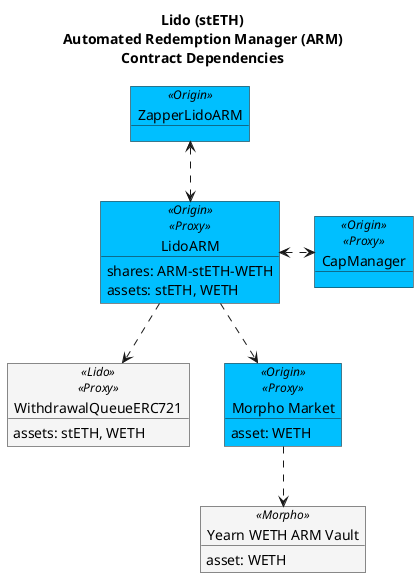
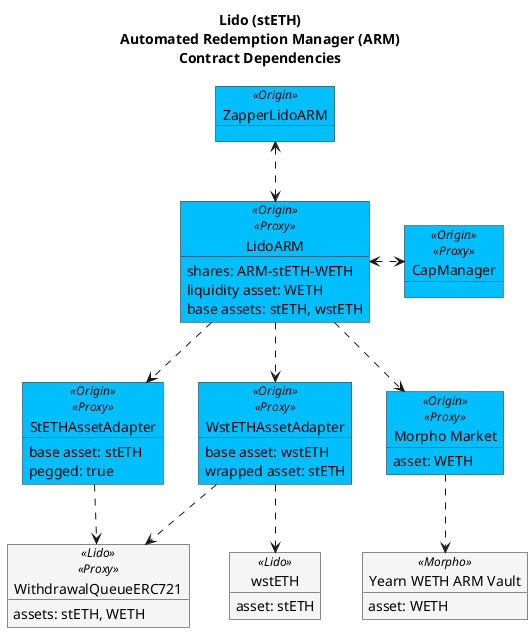
@startuml

!$originColor = DeepSkyBlue
' !$originColor = WhiteSmoke
!$newColor = LightGreen
!$changedColor = Orange
!$thirdPartyColor = WhiteSmoke

' legend
' blue - Origin
- ' ' green - new
- ' ' orange - changed
+ ' green - new
+ ' orange - changed
' white - 3rd Party
' end legend

title "Lido (stETH)\nAutomated Redemption Manager (ARM)\nContract Dependencies"


object "ZapperLidoARM" as zap <<Origin>> #$originColor {
}

object "LidoARM" as arm <<Origin>><<Proxy>> #$originColor {
    shares: ARM-stETH-WETH
-     assets: stETH, WETH
+     liquidity asset: WETH
+     base assets: stETH, wstETH
+ }
+ 
+ object "StETHAssetAdapter" as stethAdapter <<Origin>><<Proxy>> #$originColor {
+     base asset: stETH
+     pegged: true
+ }
+ 
+ object "WstETHAssetAdapter" as wstethAdapter <<Origin>><<Proxy>> #$originColor {
+     base asset: wstETH
+     wrapped asset: stETH
+ }
+ 
+ object "wstETH" as wsteth <<Lido>> #$thirdPartyColor {
+     asset: stETH
}

object "CapManager" as capMan <<Origin>><<Proxy>> #$originColor {
}

object "WithdrawalQueueERC721" as lidoQ <<Lido>><<Proxy>> #$thirdPartyColor {
    assets: stETH, WETH
}

object "Morpho Market" as morphoMarket <<Origin>><<Proxy>> #$originColor {
    asset: WETH
}

object "Yearn WETH ARM Vault" as morpho <<Morpho>> #$thirdPartyColor {
    asset: WETH
}

zap <..> arm
arm <.> capMan
- arm ..> lidoQ
+ arm ..> stethAdapter
+ arm ..> wstethAdapter
+ stethAdapter ..> lidoQ
+ wstethAdapter ..> wsteth
+ wstethAdapter ..> lidoQ
arm ..> morphoMarket
morphoMarket ..> morpho

- @enduml+ @enduml
